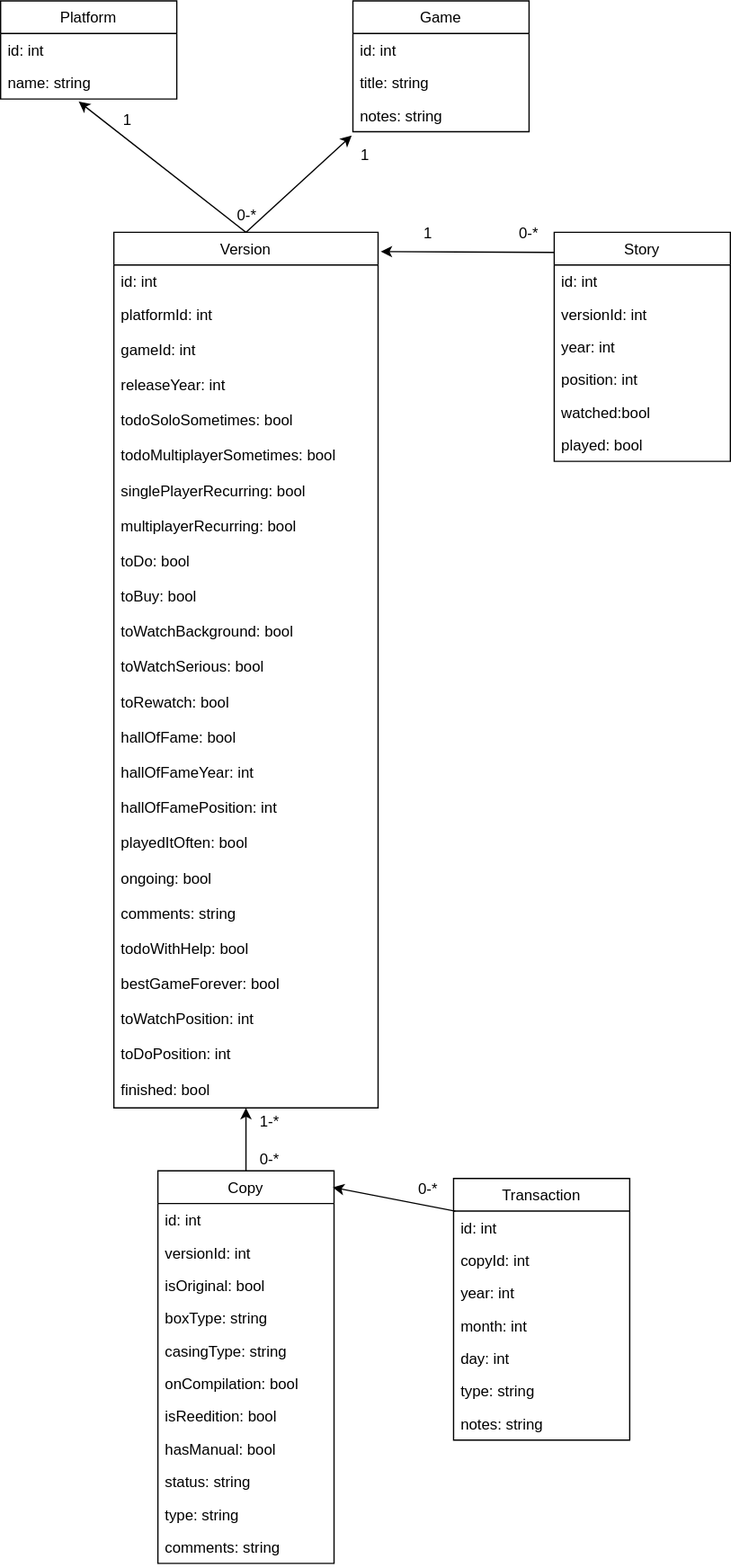
This is docs/resources.svg from ecourtial/gmg, a draw.io export, as it was before one commit. Source tidied: cells renumbered, new cells last; positions are measured from the earlier drawing's top-left corner, leaving out a move shared by most shapes.
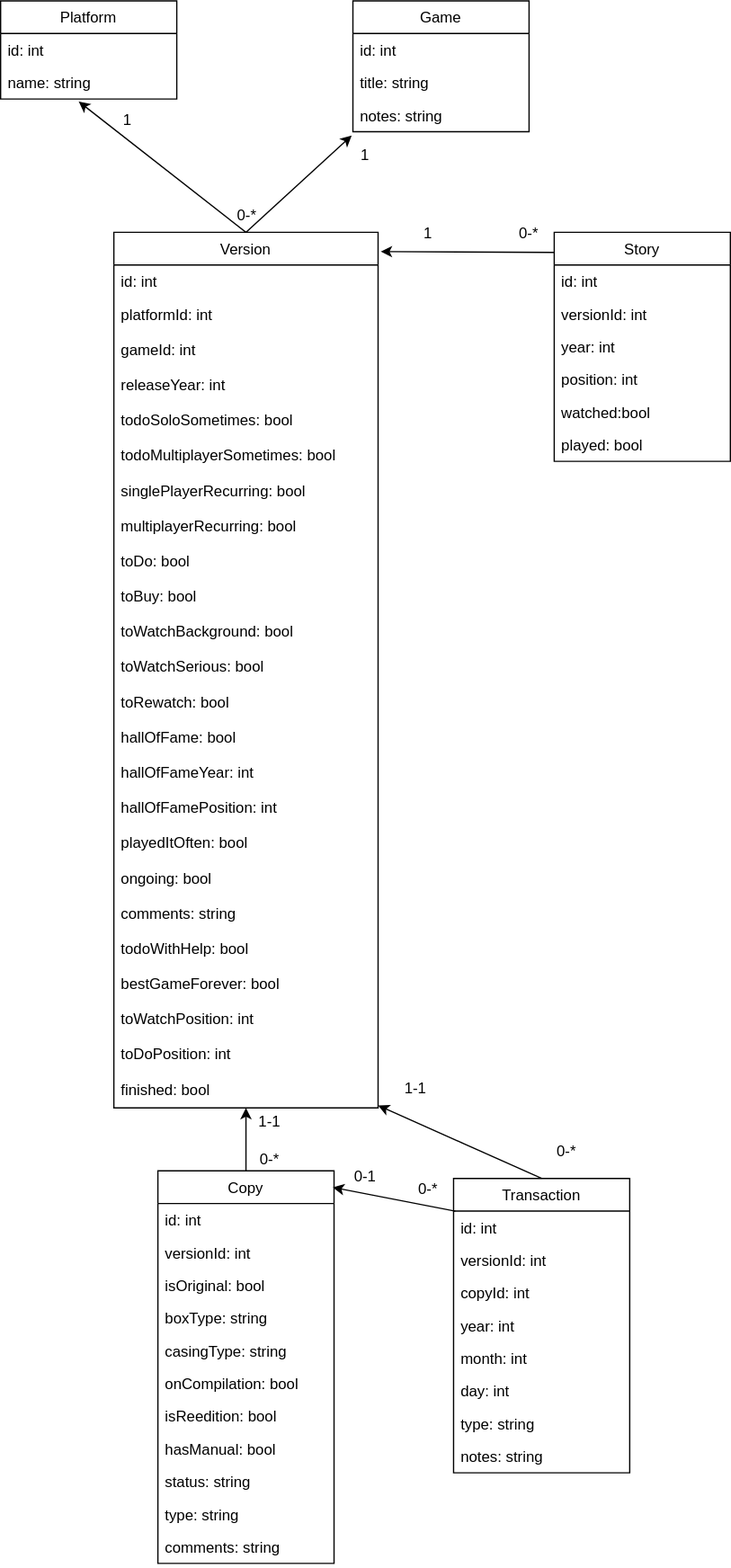
Above is the later version.

The edit, as a diff of the source:
```diff
@@ -156,28 +156,31 @@
       <mxGeometry y="286" width="140" height="26" as="geometry" />
     </mxCell>
     <mxCell id="53" value="Transaction" style="swimlane;fontStyle=0;horizontal=1;startSize=26;fillColor=none;" parent="1" vertex="1">
-      <mxGeometry x="360" y="936" width="140" height="208" as="geometry" />
+      <mxGeometry x="360" y="936" width="140" height="234" as="geometry" />
     </mxCell>
     <mxCell id="54" value="id: int" style="text;strokeColor=none;fillColor=none;align=left;verticalAlign=top;spacingLeft=4;spacingRight=4;overflow=hidden;points=[[0,0.5],[1,0.5]];portConstraint=eastwest;" parent="53" vertex="1">
       <mxGeometry y="26" width="140" height="26" as="geometry" />
     </mxCell>
-    <mxCell id="55" value="copyId: int" style="text;strokeColor=none;fillColor=none;align=left;verticalAlign=top;spacingLeft=4;spacingRight=4;overflow=hidden;" parent="53" vertex="1">
+    <mxCell id="55" value="versionId: int" style="text;strokeColor=none;fillColor=none;align=left;verticalAlign=top;spacingLeft=4;spacingRight=4;overflow=hidden;" parent="53" vertex="1">
       <mxGeometry y="52" width="140" height="26" as="geometry" />
     </mxCell>
+    <mxCell id="74" value="copyId: int" style="text;strokeColor=none;fillColor=none;align=left;verticalAlign=top;spacingLeft=4;spacingRight=4;overflow=hidden;" parent="53" vertex="1">
+      <mxGeometry y="78" width="140" height="26" as="geometry" />
+    </mxCell>
     <mxCell id="56" value="year: int" style="text;strokeColor=none;fillColor=none;align=left;verticalAlign=top;spacingLeft=4;spacingRight=4;overflow=hidden;" parent="53" vertex="1">
-      <mxGeometry y="78" width="140" height="26" as="geometry" />
+      <mxGeometry y="104" width="140" height="26" as="geometry" />
     </mxCell>
     <mxCell id="57" value="month: int" style="text;strokeColor=none;fillColor=none;align=left;verticalAlign=top;spacingLeft=4;spacingRight=4;overflow=hidden;" parent="53" vertex="1">
-      <mxGeometry y="104" width="140" height="26" as="geometry" />
+      <mxGeometry y="130" width="140" height="26" as="geometry" />
     </mxCell>
     <mxCell id="58" value="day: int" style="text;strokeColor=none;fillColor=none;align=left;verticalAlign=top;spacingLeft=4;spacingRight=4;overflow=hidden;" parent="53" vertex="1">
-      <mxGeometry y="130" width="140" height="26" as="geometry" />
+      <mxGeometry y="156" width="140" height="26" as="geometry" />
     </mxCell>
     <mxCell id="59" value="type: string" style="text;strokeColor=none;fillColor=none;align=left;verticalAlign=top;spacingLeft=4;spacingRight=4;overflow=hidden;" parent="53" vertex="1">
-      <mxGeometry y="156" width="140" height="26" as="geometry" />
+      <mxGeometry y="182" width="140" height="26" as="geometry" />
     </mxCell>
     <mxCell id="60" value="notes: string" style="text;strokeColor=none;fillColor=none;align=left;verticalAlign=top;spacingLeft=4;spacingRight=4;overflow=hidden;" parent="53" vertex="1">
-      <mxGeometry y="182" width="140" height="26" as="geometry" />
+      <mxGeometry y="208" width="140" height="26" as="geometry" />
     </mxCell>
     <mxCell id="61" style="endArrow=classic;html=1;rounded=0;exitX=0.5;exitY=0;exitDx=0;exitDy=0;entryX=0.443;entryY=1.077;entryDx=0;entryDy=0;entryPerimeter=0;" parent="1" edge="1" source="9" target="4">
       <mxGeometry relative="1" as="geometry" />
@@ -194,8 +197,8 @@
     <mxCell id="65" style="endArrow=classic;html=1;rounded=0;entryX=0.993;entryY=0.042;entryDx=0;entryDy=0;entryPerimeter=0;exitX=0.01;exitY=0;exitDx=0;exitDy=0;exitPerimeter=0;" parent="1" edge="1" source="54" target="41">
       <mxGeometry relative="1" as="geometry" />
     </mxCell>
-    <mxCell id="66" value="0-*" style="text;html=1;strokeColor=none;fillColor=none;align=center;verticalAlign=middle;whiteSpace=wrap;rounded=0;" parent="1" vertex="1">
-      <mxGeometry x="310" y="930" width="60" height="30" as="geometry" />
+    <mxCell id="66" value="0-1" style="text;html=1;strokeColor=none;fillColor=none;align=center;verticalAlign=middle;whiteSpace=wrap;rounded=0;" parent="1" vertex="1">
+      <mxGeometry x="260" y="920" width="60" height="30" as="geometry" />
     </mxCell>
     <mxCell id="67" value="0-*" style="text;html=1;strokeColor=none;fillColor=none;align=center;verticalAlign=middle;whiteSpace=wrap;rounded=0;" parent="1" vertex="1">
       <mxGeometry x="166" y="156" width="60" height="30" as="geometry" />
@@ -215,8 +218,20 @@
     <mxCell id="72" value="0-*" style="text;html=1;strokeColor=none;fillColor=none;align=center;verticalAlign=middle;whiteSpace=wrap;rounded=0;" parent="1" vertex="1">
       <mxGeometry x="184" y="906" width="60" height="30" as="geometry" />
     </mxCell>
-    <mxCell id="73" value="1-*" style="text;html=1;strokeColor=none;fillColor=none;align=center;verticalAlign=middle;whiteSpace=wrap;rounded=0;" parent="1" vertex="1">
+    <mxCell id="73" value="1-1" style="text;html=1;strokeColor=none;fillColor=none;align=center;verticalAlign=middle;whiteSpace=wrap;rounded=0;" parent="1" vertex="1">
       <mxGeometry x="184" y="876" width="60" height="30" as="geometry" />
     </mxCell>
+    <mxCell id="75" value="0-*" style="text;html=1;strokeColor=none;fillColor=none;align=center;verticalAlign=middle;whiteSpace=wrap;rounded=0;" parent="1" vertex="1">
+      <mxGeometry x="310" y="930" width="60" height="30" as="geometry" />
+    </mxCell>
+    <mxCell id="76" style="endArrow=classic;html=1;rounded=0;exitX=0.5;exitY=0;exitDx=0;exitDy=0;entryX=1;entryY=0.929;entryDx=0;entryDy=0;entryPerimeter=0;" parent="1" edge="1" source="53" target="33">
+      <mxGeometry relative="1" as="geometry" />
+    </mxCell>
+    <mxCell id="77" value="1-1" style="text;html=1;strokeColor=none;fillColor=none;align=center;verticalAlign=middle;whiteSpace=wrap;rounded=0;" parent="1" vertex="1">
+      <mxGeometry x="300" y="850" width="60" height="30" as="geometry" />
+    </mxCell>
+    <mxCell id="78" value="0-*" style="text;html=1;strokeColor=none;fillColor=none;align=center;verticalAlign=middle;whiteSpace=wrap;rounded=0;" parent="1" vertex="1">
+      <mxGeometry x="420" y="900" width="60" height="30" as="geometry" />
+    </mxCell>
   </root>
 </mxGraphModel>
```
